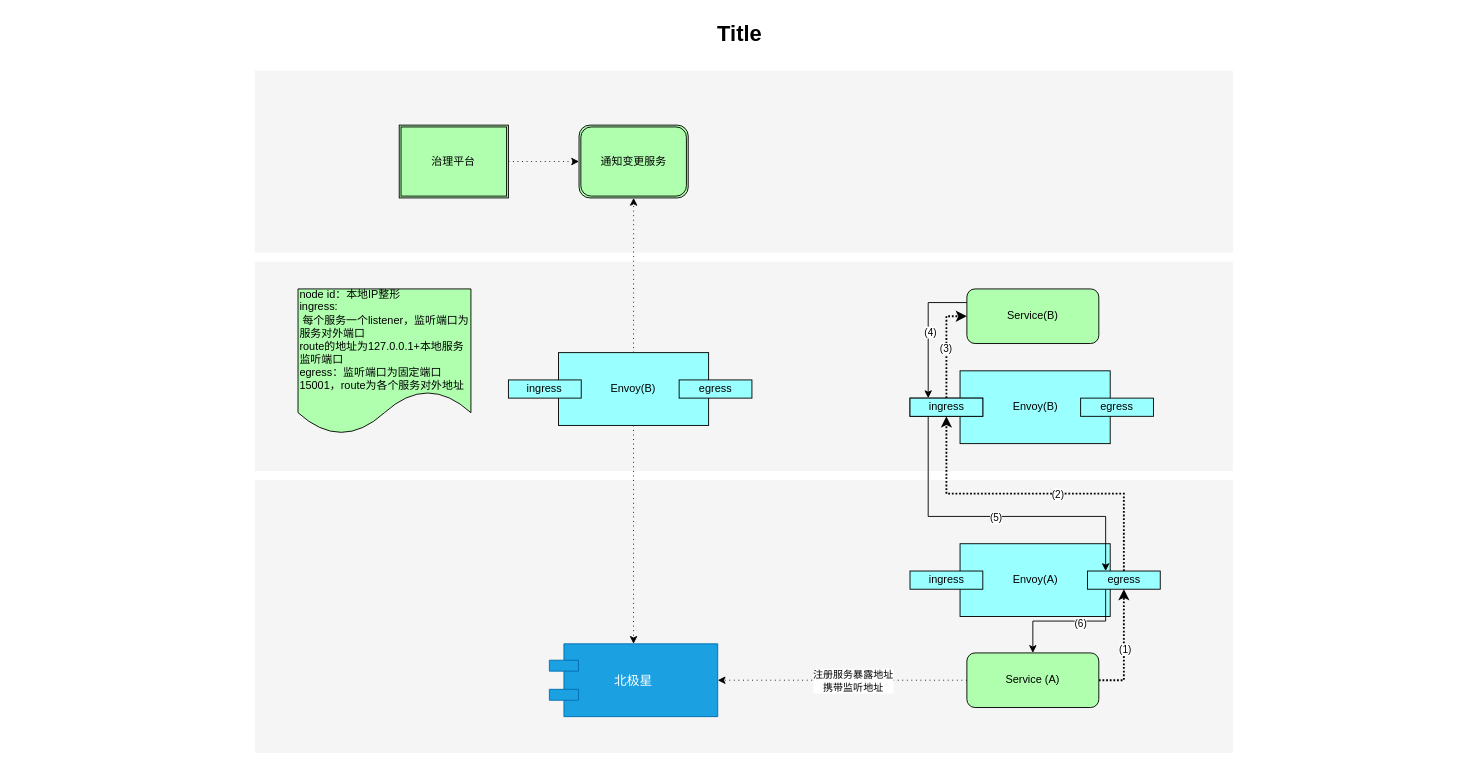
This is page "全" (1 of 3) of Untitled Diagram.drawio from xinguai/awsohorse, a draw.io file, before an edit. Source tidied: cells renumbered, new cells numbered last; positions are measured from the earlier drawing's top-left corner, leaving out a move shared by most shapes. Both pictures are drawn from the tidied source at 91%, with x=0, y=0 at pixel (15, 15).
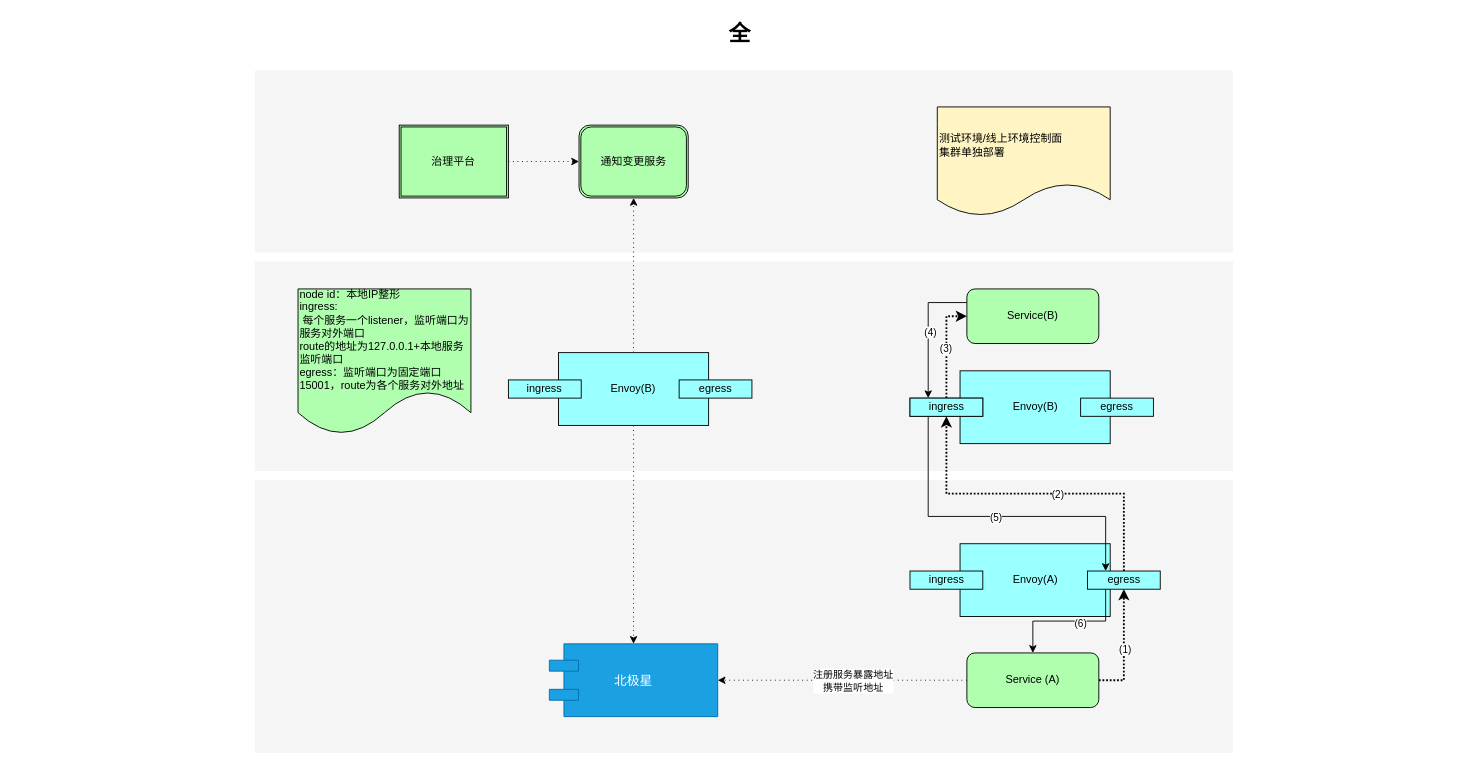
The same page after the edit.

Diff of the diagram source:
```diff
@@
-    <mxCell id="6" value="Title" style="text;strokeColor=none;fillColor=none;html=1;fontSize=24;fontStyle=1;verticalAlign=middle;align=center;" parent="1" vertex="1">
+    <mxCell id="6" value="全" style="text;strokeColor=none;fillColor=none;html=1;fontSize=24;fontStyle=1;verticalAlign=middle;align=center;" parent="1" vertex="1">
       <mxGeometry width="1590" height="40" as="geometry" />
     </mxCell>
@@
+    <mxCell id="39" value="测试环境/线上环境控制面&lt;br&gt;集群单独部署" style="shape=document;whiteSpace=wrap;html=1;boundedLbl=1;align=left;fillColor=#FFF4C3;" parent="1" vertex="1">
+      <mxGeometry x="1012.5" y="100" width="190" height="120" as="geometry" />
+    </mxCell>
```
